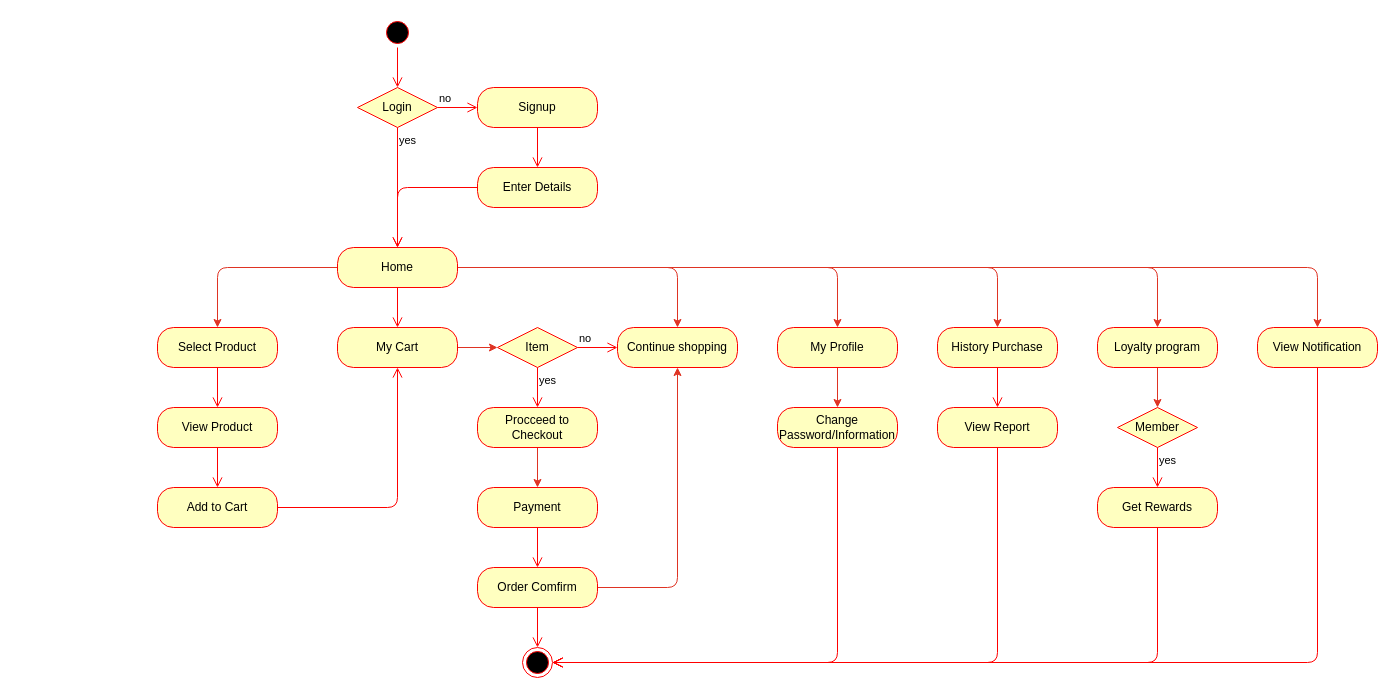
Before: diagrams/Activity_Customer.drawio in tnowad/bookstore-management-application, a draw.io diagram. Source tidied: cells renumbered, new cells numbered last; positions are measured from the earlier drawing's top-left corner, leaving out a move shared by most shapes. Both pictures are drawn from the tidied source at 100%, with x=0, y=0 at pixel (157, 17).
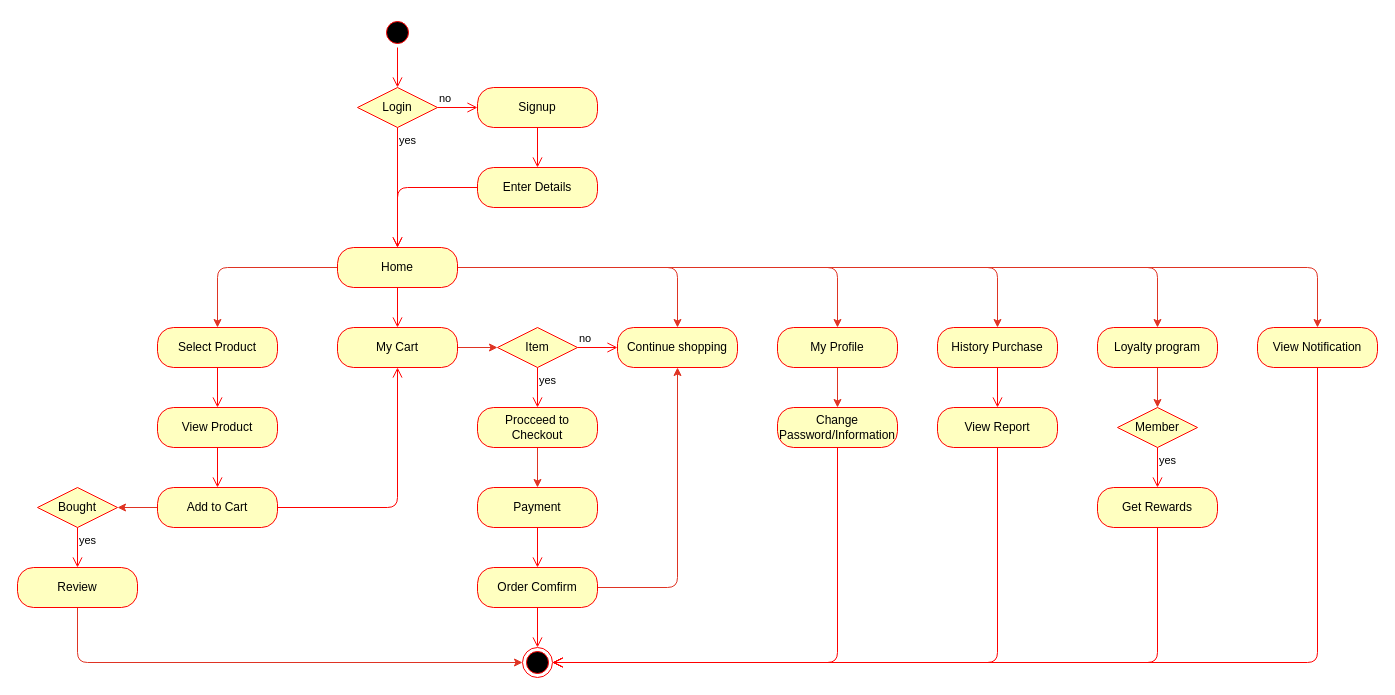
The same page after the edit.

The change refers to these unchanged cells:
```xml
<mxCell id="31" value="Add to Cart" style="rounded=1;whiteSpace=wrap;html=1;arcSize=40;fontColor=#000000;fillColor=#ffffc0;strokeColor=#ff0000;" parent="1" vertex="1">
  <mxGeometry y="470" width="120" height="40" as="geometry" />
</mxCell>
<mxCell id="44" style="ellipse;html=1;shape=endState;fillColor=#000000;strokeColor=#ff0000;" parent="1" vertex="1">
  <mxGeometry x="365" y="630" width="30" height="30" as="geometry" />
</mxCell>
```

Change to the diagram source:
```diff
@@
+    <mxCell id="55" style="edgeStyle=none;html=1;exitX=0;exitY=0.5;exitDx=0;exitDy=0;entryX=1;entryY=0.5;entryDx=0;entryDy=0;strokeColor=#df3323;" parent="1" edge="1" source="31" target="56">
+      <mxGeometry relative="1" as="geometry" />
+    </mxCell>
@@
+    <mxCell id="56" value="Bought" style="rhombus;whiteSpace=wrap;html=1;fillColor=#ffffc0;strokeColor=#ff0000;" parent="1" vertex="1">
+      <mxGeometry x="-120" y="470" width="80" height="40" as="geometry" />
+    </mxCell>
+    <mxCell id="57" value="yes" style="edgeStyle=orthogonalEdgeStyle;html=1;align=left;verticalAlign=top;endArrow=open;endSize=8;strokeColor=#ff0000;entryX=0.5;entryY=0;entryDx=0;entryDy=0;" parent="1" edge="1" source="56" target="59">
+      <mxGeometry x="-1" relative="1" as="geometry" />
+    </mxCell>
+    <mxCell id="58" style="edgeStyle=none;html=1;entryX=0;entryY=0.5;entryDx=0;entryDy=0;strokeColor=#df3323;" parent="1" edge="1" source="59" target="44">
+      <mxGeometry relative="1" as="geometry">
+        <Array as="points">
+          <mxPoint x="-80" y="645" />
+        </Array>
+      </mxGeometry>
+    </mxCell>
+    <mxCell id="59" value="Review" style="rounded=1;whiteSpace=wrap;html=1;arcSize=40;fontColor=#000000;fillColor=#ffffc0;strokeColor=#ff0000;" parent="1" vertex="1">
+      <mxGeometry x="-140" y="550" width="120" height="40" as="geometry" />
+    </mxCell>
```
